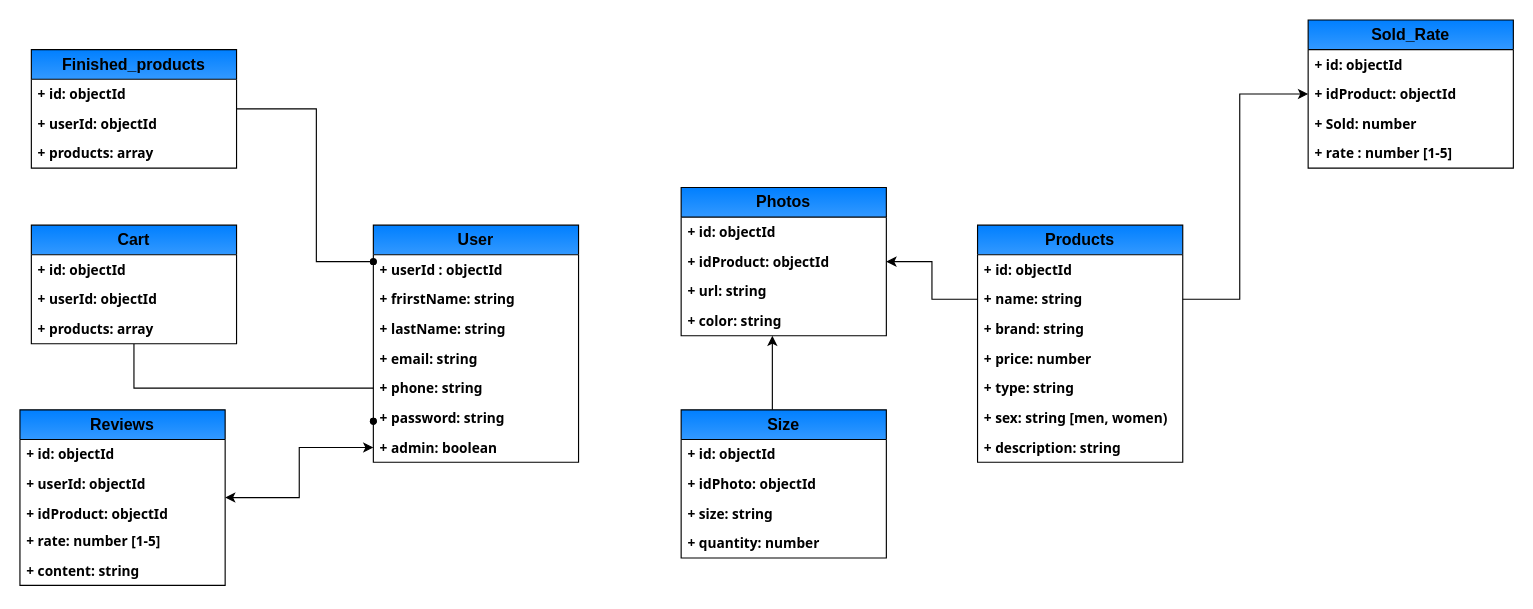
This is Biểu đồ không có tiêu đề.drawio from Baodt2911/FASCO, a draw.io file, before an edit. Source tidied: cells renumbered, new cells numbered last; positions are measured from the earlier drawing's top-left corner, leaving out a move shared by most shapes. Both pictures are drawn from the tidied source at 114%, with x=0, y=0 at pixel (19, 19).
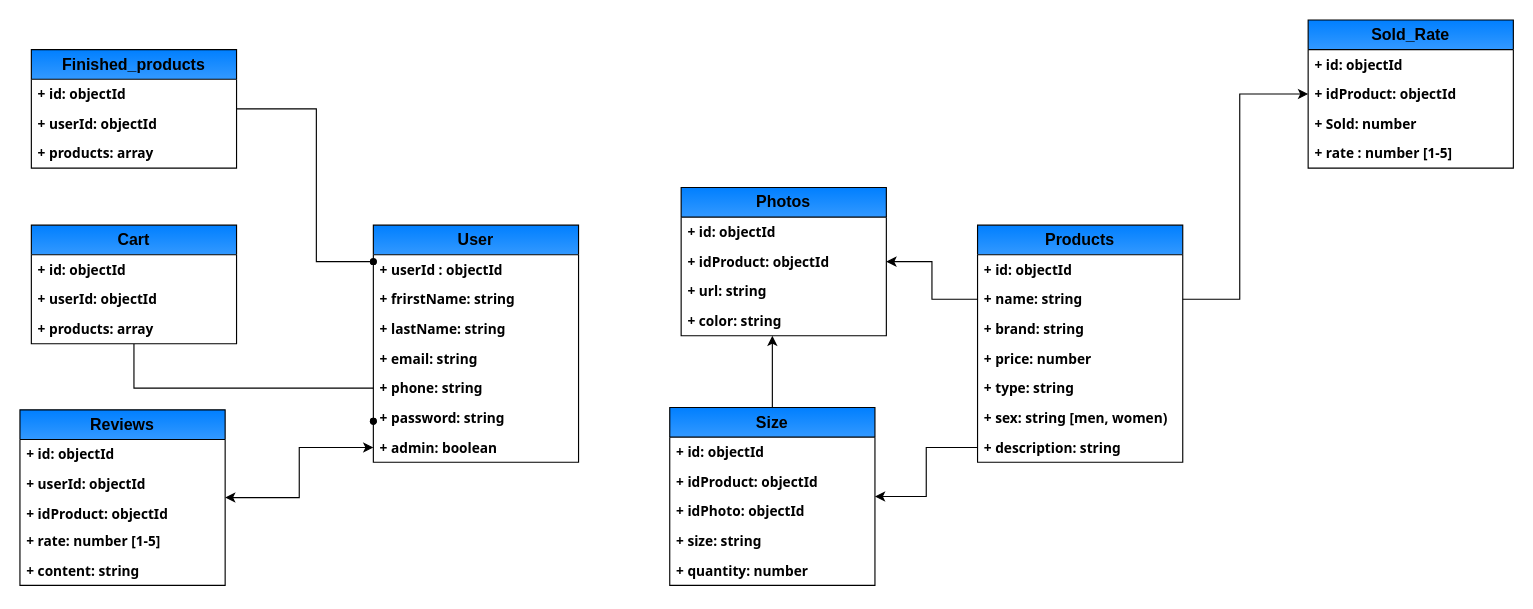
The same page after the edit.

Commit message:
Cập nhật Biểu đồ không có tiêu đề.drawio

Unchanged cells that the change refers to:
```xml
<mxCell id="27" value="+ description: string" style="text;strokeColor=none;fillColor=none;align=left;verticalAlign=top;spacingLeft=4;spacingRight=4;overflow=hidden;points=[[0,0.5],[1,0.5]];portConstraint=eastwest;whiteSpace=wrap;html=1;fontFamily=Tahoma;fontStyle=1;" parent="20" vertex="1">
  <mxGeometry y="182" width="180" height="26" as="geometry" />
</mxCell>
```

Change to the diagram source:
```diff
@@
     <mxCell id="45" value="Size" style="swimlane;fontStyle=1;horizontal=1;startSize=26;fillColor=#007FFF;whiteSpace=wrap;html=1;rounded=0;glass=0;shadow=0;swimlaneFillColor=default;gradientColor=#3399FF;fontSize=14;arcSize=50;" parent="1" vertex="1">
-      <mxGeometry x="580" y="342" width="180" height="130" as="geometry" />
+      <mxGeometry x="570" y="340" width="180" height="156" as="geometry" />
     </mxCell>
@@
+    <mxCell id="57" value="+ idProduct: objectId" style="text;strokeColor=none;fillColor=none;align=left;verticalAlign=top;spacingLeft=4;spacingRight=4;overflow=hidden;whiteSpace=wrap;html=1;fontSize=12;fontStyle=1;fontFamily=Tahoma;" parent="45" vertex="1">
+      <mxGeometry y="52" width="180" height="26" as="geometry" />
+    </mxCell>
     <mxCell id="47" value="+ idPhoto: objectId" style="text;strokeColor=none;fillColor=none;align=left;verticalAlign=top;spacingLeft=4;spacingRight=4;overflow=hidden;whiteSpace=wrap;html=1;fontFamily=Tahoma;fontStyle=1;" parent="45" vertex="1">
-      <mxGeometry y="52" width="180" height="26" as="geometry" />
+      <mxGeometry y="78" width="180" height="26" as="geometry" />
     </mxCell>
     <mxCell id="48" value="+ size: string" style="text;strokeColor=none;fillColor=none;align=left;verticalAlign=top;spacingLeft=4;spacingRight=4;overflow=hidden;whiteSpace=wrap;html=1;fontFamily=Tahoma;fontStyle=1;" parent="45" vertex="1">
-      <mxGeometry y="78" width="180" height="26" as="geometry" />
+      <mxGeometry y="104" width="180" height="26" as="geometry" />
     </mxCell>
     <mxCell id="49" value="+ quantity: number" style="text;strokeColor=none;fillColor=none;align=left;verticalAlign=top;spacingLeft=4;spacingRight=4;overflow=hidden;whiteSpace=wrap;html=1;fontFamily=Tahoma;fontStyle=1;" parent="45" vertex="1">
-      <mxGeometry y="104" width="180" height="26" as="geometry" />
+      <mxGeometry y="130" width="180" height="26" as="geometry" />
     </mxCell>
@@
+    <mxCell id="58" style="edgeStyle=orthogonalEdgeStyle;rounded=0;jettySize=auto;html=1;endArrow=none;endFill=0;startArrow=classic;startFill=1;exitX=1;exitY=0.5;exitDx=0;exitDy=0;" parent="1" edge="1" source="45" target="27">
+      <mxGeometry relative="1" as="geometry" />
+    </mxCell>
```
